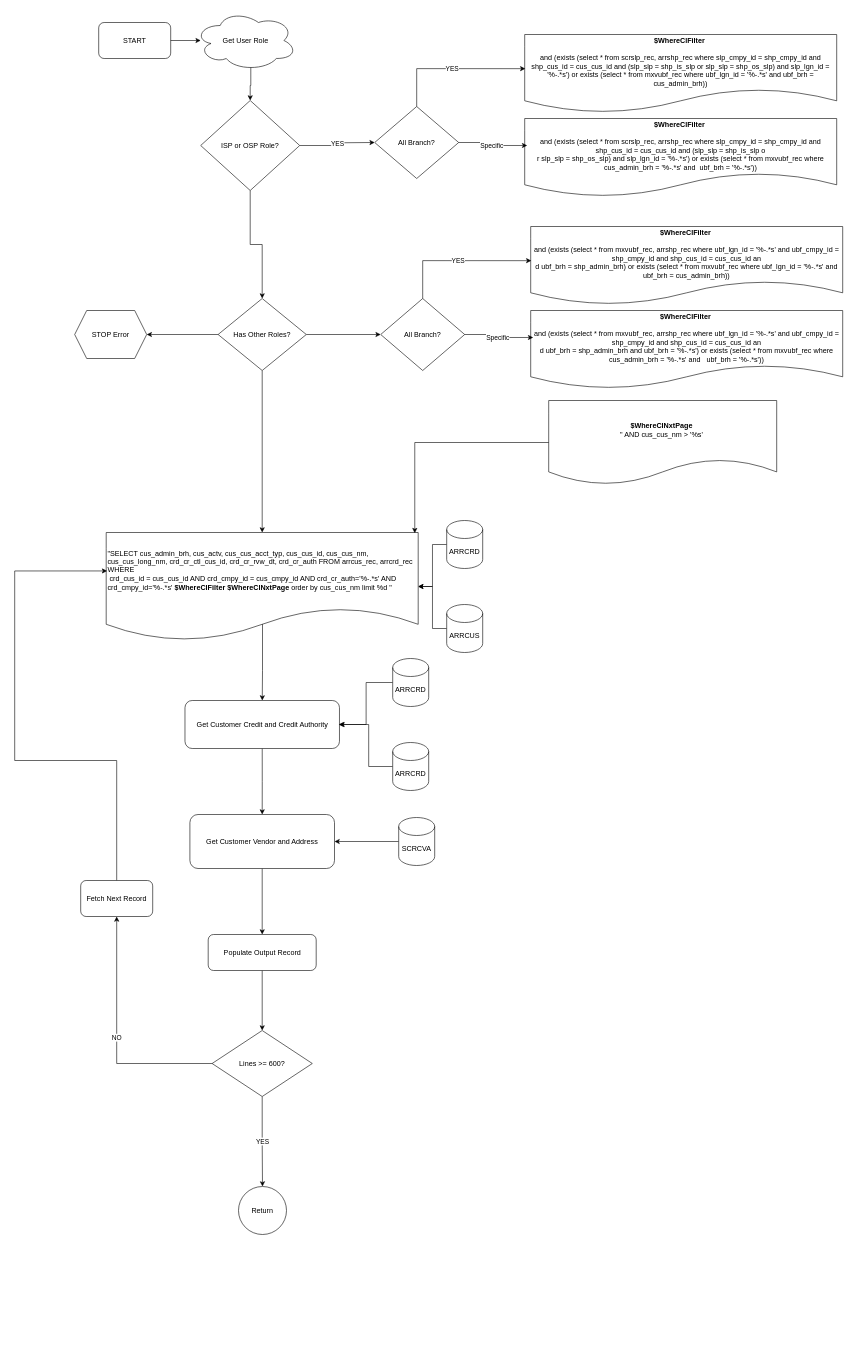
Before: Get_Customer_Id_by_Credit_Authority.drawio in eme-invera/Customer_Maintenance, a draw.io diagram. Source tidied: cells renumbered, new cells numbered last; positions are measured from the earlier drawing's top-left corner, leaving out a move shared by most shapes. Both pictures are drawn from the tidied source at 60%, with x=0, y=0 at pixel (14, 10).
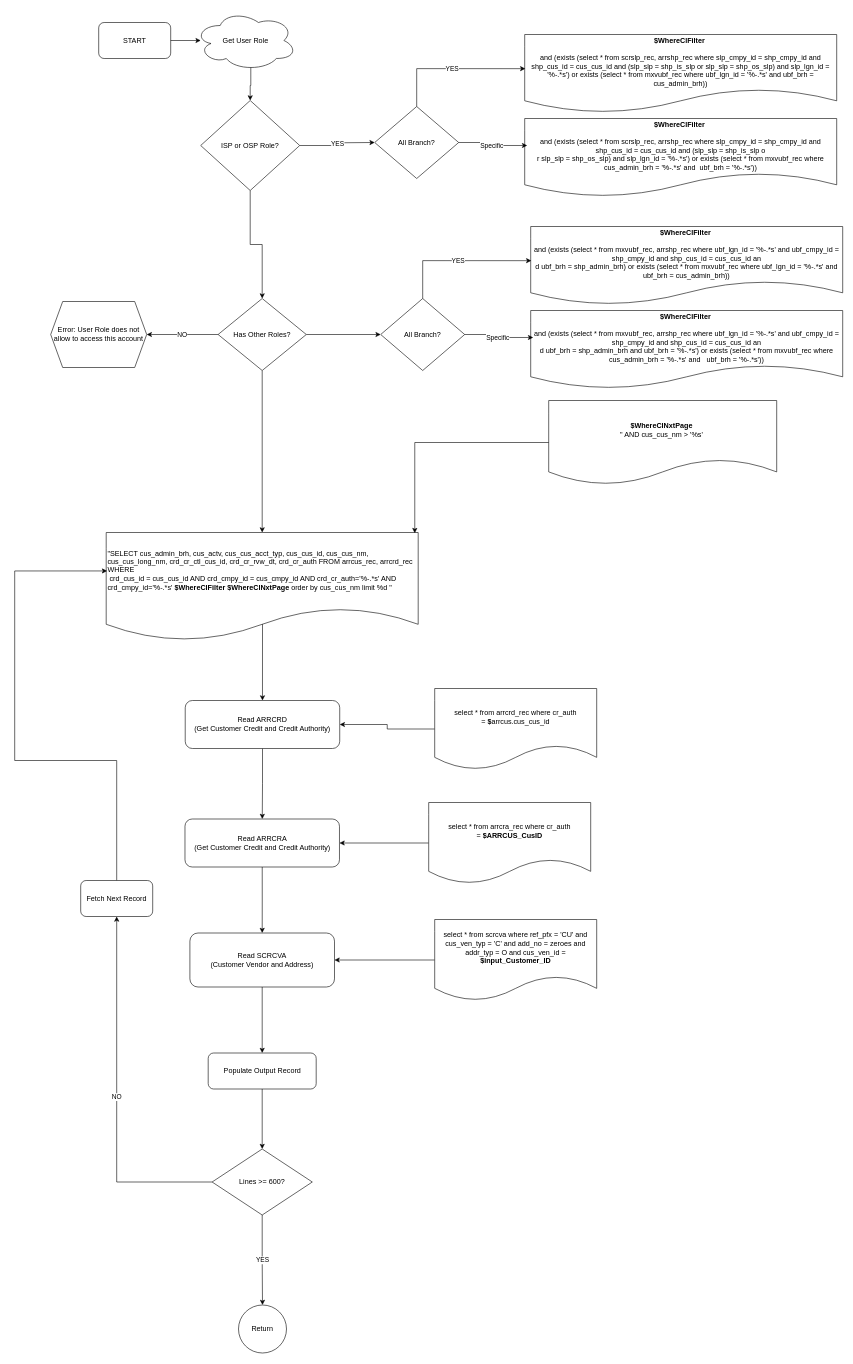
The same page after the edit.

Unchanged cells that the change refers to:
```xml
<mxCell id="4" value="&lt;div&gt;&quot;&lt;span style=&quot;background-color: transparent;&quot;&gt;SELECT cus_admin_brh, cus_actv, cus_cus_acct_typ, cus_cus_id, cus_cus_nm, cus_cus_long_nm, crd_cr_ctl_cus_id, crd_cr_rvw_dt, crd_cr_auth FROM arrcus_rec, arrcrd_rec WHERE&lt;/span&gt;&lt;/div&gt;&lt;div&gt;&lt;span style=&quot;background-color: transparent;&quot;&gt;&amp;nbsp;crd_cus_id = cus_cus_id AND crd_cmpy_id = cus_cmpy_id AND crd_cr_auth='%-.*s' AND crd_cmpy_id='%-.*s'&lt;/span&gt;&lt;span style=&quot;background-color: transparent; color: light-dark(rgb(0, 0, 0), rgb(255, 255, 255));&quot;&gt;&amp;nbsp;&lt;/span&gt;&lt;b style=&quot;background-color: transparent; color: light-dark(rgb(0, 0, 0), rgb(255, 255, 255));&quot;&gt;$WhereClFilter $WhereClNxtPage&amp;nbsp;&lt;/b&gt;&lt;span style=&quot;background-color: transparent; color: light-dark(rgb(0, 0, 0), rgb(255, 255, 255));&quot;&gt;order by cus_cus_nm limit %d &quot;&lt;/span&gt;&lt;/div&gt;" style="shape=document;html=1;boundedLbl=1;whiteSpace=wrap;align=left;" parent="1" vertex="1">
  <mxGeometry x="152.5" y="870" width="520" height="180" as="geometry" />
</mxCell>
<mxCell id="19" value="Has Other Roles?" style="rhombus;whiteSpace=wrap;html=1;" parent="1" vertex="1">
  <mxGeometry x="339" y="480" width="147" height="120" as="geometry" />
</mxCell>
```

Change to the diagram source:
```diff
@@
-    <mxCell id="3" style="edgeStyle=orthogonalEdgeStyle;rounded=0;jettySize=auto;html=1;exitX=0.501;exitY=0.846;exitDx=0;exitDy=0;exitPerimeter=0;" parent="1" edge="1" source="4" target="33">
+    <mxCell id="3" style="edgeStyle=orthogonalEdgeStyle;rounded=0;jettySize=auto;html=1;exitX=0.501;exitY=0.846;exitDx=0;exitDy=0;exitPerimeter=0;entryX=0.5;entryY=0;entryDx=0;entryDy=0;" parent="1" edge="1" source="4" target="55">
       <mxGeometry relative="1" as="geometry" />
     </mxCell>
@@
-    <mxCell id="5" style="edgeStyle=orthogonalEdgeStyle;rounded=0;jettySize=auto;html=1;" parent="1" edge="1" source="6" target="4">
-      <mxGeometry relative="1" as="geometry" />
-    </mxCell>
-    <mxCell id="6" value="ARRCRD" style="shape=cylinder3;whiteSpace=wrap;html=1;boundedLbl=1;backgroundOutline=1;size=15;" parent="1" vertex="1">
-      <mxGeometry x="720" y="850" width="60" height="80" as="geometry" />
-    </mxCell>
-    <mxCell id="7" style="edgeStyle=orthogonalEdgeStyle;rounded=0;jettySize=auto;html=1;" parent="1" edge="1" source="8" target="4">
-      <mxGeometry relative="1" as="geometry" />
-    </mxCell>
-    <mxCell id="8" value="ARRCUS" style="shape=cylinder3;whiteSpace=wrap;html=1;boundedLbl=1;backgroundOutline=1;size=15;" parent="1" vertex="1">
-      <mxGeometry x="720" y="990" width="60" height="80" as="geometry" />
-    </mxCell>
@@
-    <mxCell id="16" style="edgeStyle=orthogonalEdgeStyle;rounded=0;jettySize=auto;html=1;" parent="1" edge="1" source="19" target="24">
+    <mxCell id="16" value="NO" style="edgeStyle=orthogonalEdgeStyle;rounded=0;jettySize=auto;html=1;" parent="1" edge="1" source="19" target="24">
       <mxGeometry relative="1" as="geometry" />
     </mxCell>
@@
-    <mxCell id="24" value="STOP Error" style="shape=hexagon;perimeter=hexagonPerimeter2;whiteSpace=wrap;html=1;fixedSize=1;" parent="1" vertex="1">
-      <mxGeometry x="100" y="500" width="120" height="80" as="geometry" />
+    <mxCell id="24" value="Error: User Role does not allow to access this account" style="shape=hexagon;perimeter=hexagonPerimeter2;whiteSpace=wrap;html=1;fixedSize=1;" parent="1" vertex="1">
+      <mxGeometry x="60" y="485" width="160" height="110" as="geometry" />
     </mxCell>
@@
-    <mxCell id="33" value="Get Customer Credit and Credit Authority" style="rounded=1;whiteSpace=wrap;html=1;" parent="1" vertex="1">
-      <mxGeometry x="283.8" y="1150" width="257.5" height="80" as="geometry" />
+    <mxCell id="33" value="&lt;div&gt;Read ARRCRA&lt;/div&gt;(Get Customer Credit and Credit Authority)" style="rounded=1;whiteSpace=wrap;html=1;" parent="1" vertex="1">
+      <mxGeometry x="283.8" y="1347.5" width="257.5" height="80" as="geometry" />
     </mxCell>
-    <mxCell id="34" style="edgeStyle=orthogonalEdgeStyle;rounded=0;jettySize=auto;html=1;exitX=0;exitY=0.5;exitDx=0;exitDy=0;exitPerimeter=0;entryX=1;entryY=0.5;entryDx=0;entryDy=0;" parent="1" edge="1" source="35" target="33">
-      <mxGeometry relative="1" as="geometry" />
-    </mxCell>
-    <mxCell id="35" value="ARRCRD" style="shape=cylinder3;whiteSpace=wrap;html=1;boundedLbl=1;backgroundOutline=1;size=15;" parent="1" vertex="1">
-      <mxGeometry x="630" y="1080" width="60" height="80" as="geometry" />
-    </mxCell>
-    <mxCell id="36" style="edgeStyle=orthogonalEdgeStyle;rounded=0;jettySize=auto;html=1;exitX=0;exitY=0.5;exitDx=0;exitDy=0;exitPerimeter=0;" parent="1" edge="1" source="37">
-      <mxGeometry relative="1" as="geometry">
-        <mxPoint x="540" y="1190" as="targetPoint" />
-        <Array as="points">
-          <mxPoint x="590" y="1260" />
-          <mxPoint x="590" y="1190" />
-        </Array>
-      </mxGeometry>
-    </mxCell>
-    <mxCell id="37" value="ARRCRD" style="shape=cylinder3;whiteSpace=wrap;html=1;boundedLbl=1;backgroundOutline=1;size=15;" parent="1" vertex="1">
-      <mxGeometry x="630" y="1220" width="60" height="80" as="geometry" />
-    </mxCell>
@@
-    <mxCell id="39" value="Get Customer Vendor and Address" style="rounded=1;whiteSpace=wrap;html=1;" parent="1" vertex="1">
-      <mxGeometry x="292" y="1340" width="241" height="90" as="geometry" />
+    <mxCell id="39" value="Read SCRCVA&lt;br&gt;(Customer Vendor and Address)" style="rounded=1;whiteSpace=wrap;html=1;" parent="1" vertex="1">
+      <mxGeometry x="292" y="1537.5" width="241" height="90" as="geometry" />
     </mxCell>
-    <mxCell id="40" style="edgeStyle=orthogonalEdgeStyle;rounded=0;jettySize=auto;html=1;exitX=0;exitY=0.5;exitDx=0;exitDy=0;exitPerimeter=0;entryX=1;entryY=0.5;entryDx=0;entryDy=0;" parent="1" edge="1" source="41" target="39">
-      <mxGeometry relative="1" as="geometry" />
-    </mxCell>
-    <mxCell id="41" value="SCRCVA" style="shape=cylinder3;whiteSpace=wrap;html=1;boundedLbl=1;backgroundOutline=1;size=15;" parent="1" vertex="1">
-      <mxGeometry x="640" y="1345" width="60" height="80" as="geometry" />
-    </mxCell>
@@
     <mxCell id="44" value="Lines &amp;gt;= 600?" style="rhombus;whiteSpace=wrap;html=1;" parent="1" vertex="1">
-      <mxGeometry x="329" y="1700" width="167" height="110" as="geometry" />
+      <mxGeometry x="329" y="1897.5" width="167" height="110" as="geometry" />
     </mxCell>
@@
     <mxCell id="48" value="Populate Output Record" style="rounded=1;whiteSpace=wrap;html=1;" parent="1" vertex="1">
-      <mxGeometry x="322.5" y="1540" width="180" height="60" as="geometry" />
+      <mxGeometry x="322.5" y="1737.5" width="180" height="60" as="geometry" />
     </mxCell>
     <mxCell id="49" value="Return" style="ellipse;whiteSpace=wrap;html=1;" parent="1" vertex="1">
-      <mxGeometry x="373" y="1960" width="80" height="80" as="geometry" />
+      <mxGeometry x="373" y="2157.5" width="80" height="80" as="geometry" />
     </mxCell>
+    <mxCell id="50" style="edgeStyle=orthogonalEdgeStyle;rounded=0;jettySize=auto;html=1;entryX=1;entryY=0.5;entryDx=0;entryDy=0;" parent="1" edge="1" source="51" target="39">
+      <mxGeometry relative="1" as="geometry" />
+    </mxCell>
+    <mxCell id="51" value="select * from scrcva where&amp;nbsp;ref_pfx = 'CU' and cus_ven_typ = 'C' and add_no = zeroes and addr_typ = O and cus_ven_id = &lt;b&gt;$input_Customer_ID&lt;/b&gt;" style="shape=document;whiteSpace=wrap;html=1;boundedLbl=1;" parent="1" vertex="1">
+      <mxGeometry x="700" y="1515" width="270" height="135" as="geometry" />
+    </mxCell>
+    <mxCell id="52" style="edgeStyle=orthogonalEdgeStyle;rounded=0;jettySize=auto;html=1;" parent="1" edge="1" source="53" target="33">
+      <mxGeometry relative="1" as="geometry" />
+    </mxCell>
+    <mxCell id="53" value="select * from arrcra_rec where cr_auth =&amp;nbsp;&lt;b&gt;$ARRCUS_CusID&lt;/b&gt;" style="shape=document;whiteSpace=wrap;html=1;boundedLbl=1;" parent="1" vertex="1">
+      <mxGeometry x="690" y="1320" width="270" height="135" as="geometry" />
+    </mxCell>
+    <mxCell id="54" style="edgeStyle=orthogonalEdgeStyle;rounded=0;jettySize=auto;html=1;" parent="1" edge="1" source="55" target="33">
+      <mxGeometry relative="1" as="geometry" />
+    </mxCell>
+    <mxCell id="55" value="&lt;div&gt;Read ARRCRD&lt;/div&gt;(Get Customer Credit and Credit Authority)" style="rounded=1;whiteSpace=wrap;html=1;" parent="1" vertex="1">
+      <mxGeometry x="284.2" y="1150" width="257.5" height="80" as="geometry" />
+    </mxCell>
+    <mxCell id="56" style="edgeStyle=orthogonalEdgeStyle;rounded=0;jettySize=auto;html=1;" parent="1" edge="1" source="57" target="55">
+      <mxGeometry relative="1" as="geometry" />
+    </mxCell>
+    <mxCell id="57" value="select * from arrcrd_rec where cr_auth =&amp;nbsp;&lt;b&gt;$&lt;/b&gt;&lt;span style=&quot;text-align: left;&quot;&gt;arrcus.&lt;/span&gt;&lt;span style=&quot;text-align: left;&quot;&gt;cus_cus_id&lt;/span&gt;" style="shape=document;whiteSpace=wrap;html=1;boundedLbl=1;" parent="1" vertex="1">
+      <mxGeometry x="700" y="1130" width="270" height="135" as="geometry" />
+    </mxCell>
```
